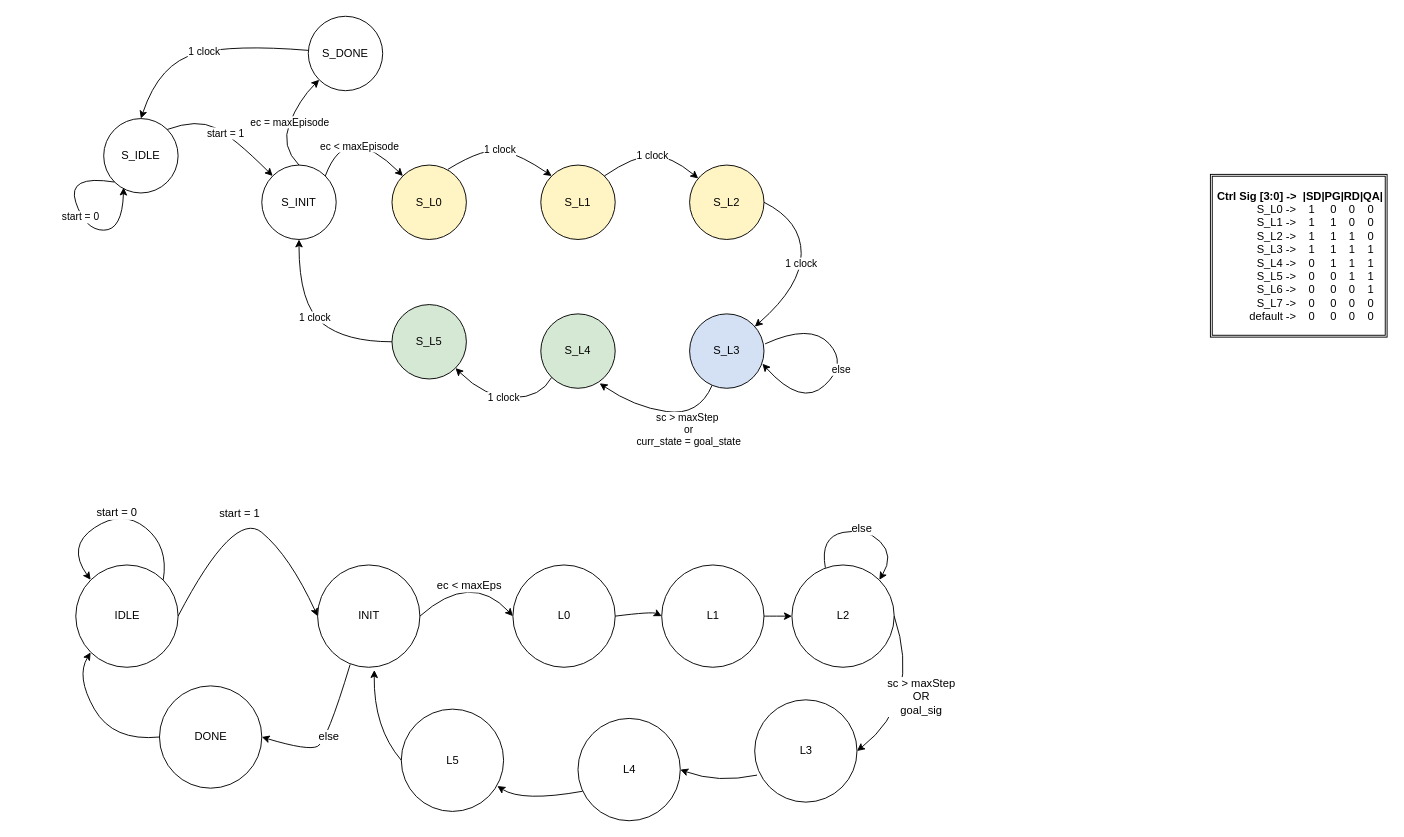
Before: page "FSM_c2" (2 of 7) of intelight.drawio in zulfikarna/intelight, a draw.io diagram. Source tidied: cells renumbered, new cells numbered last; positions are measured from the earlier drawing's top-left corner, leaving out a move shared by most shapes. Both pictures are drawn from the tidied source at 93%, with x=0, y=0 at pixel (66, 16).
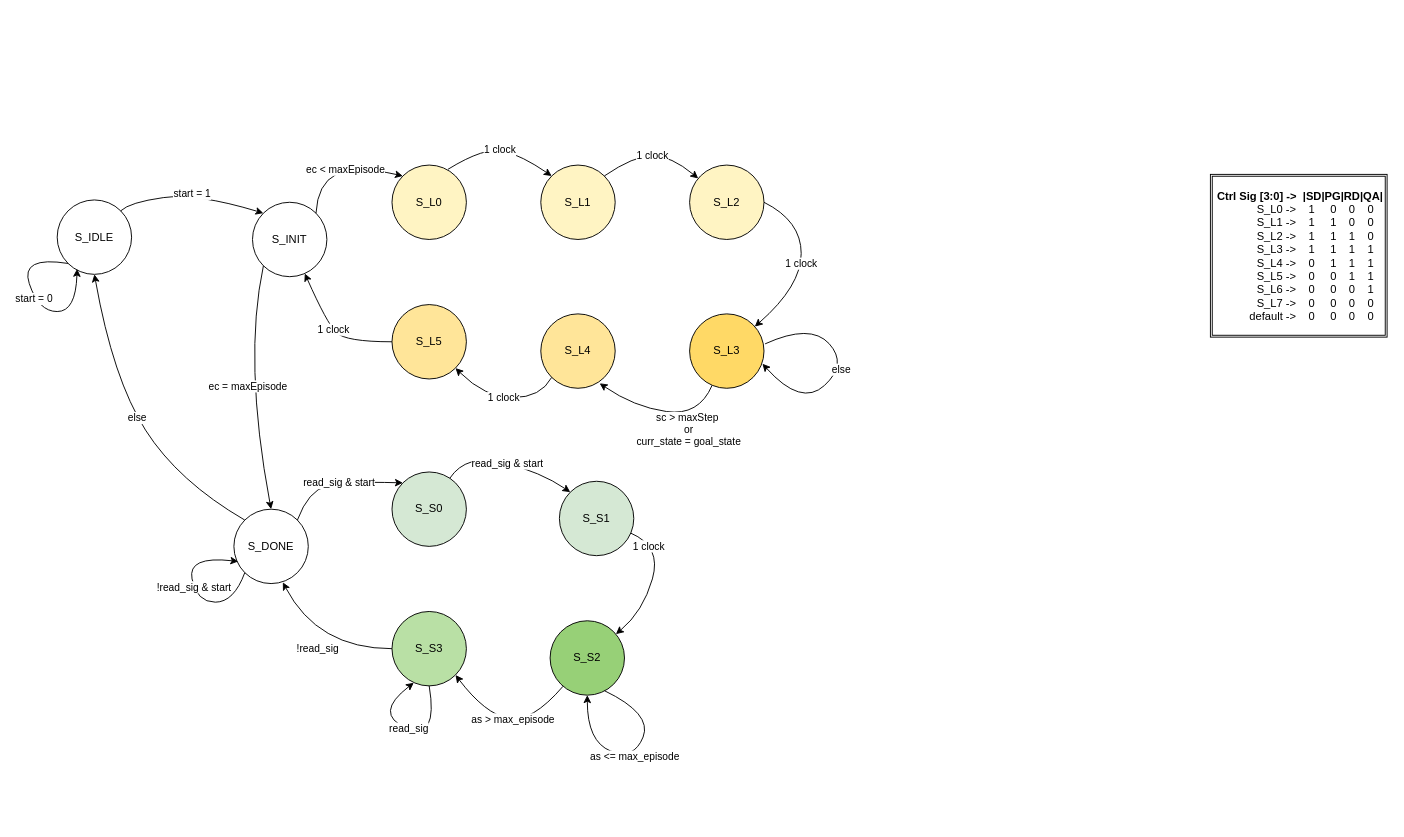
After the change.

Unchanged cells that the change refers to:
```xml
<mxCell id="8" value="S_L0" style="ellipse;whiteSpace=wrap;html=1;fillColor=#FFF4C3;" parent="1" vertex="1">
  <mxGeometry x="350" y="160" width="80" height="80" as="geometry" />
</mxCell>
```

What changed in the source:
```diff
@@
     <mxCell id="2" value="S_IDLE" style="ellipse;whiteSpace=wrap;html=1;" parent="1" vertex="1">
-      <mxGeometry x="40" y="110" width="80" height="80" as="geometry" />
+      <mxGeometry x="-10" y="197.5" width="80" height="80" as="geometry" />
     </mxCell>
-    <mxCell id="3" value="IDLE" style="verticalLabelPosition=middle;verticalAlign=middle;html=1;shape=mxgraph.flowchart.on-page_reference;labelPosition=center;align=center;" parent="1" vertex="1">
-      <mxGeometry x="10" y="590" width="110" height="110" as="geometry" />
-    </mxCell>
     <mxCell id="4" value="S_INIT" style="ellipse;whiteSpace=wrap;html=1;" parent="1" vertex="1">
-      <mxGeometry x="210" y="160" width="80" height="80" as="geometry" />
+      <mxGeometry x="200" y="200" width="80" height="80" as="geometry" />
     </mxCell>
-    <mxCell id="5" value="L2" style="verticalLabelPosition=middle;verticalAlign=middle;html=1;shape=mxgraph.flowchart.on-page_reference;labelPosition=center;align=center;" parent="1" vertex="1">
-      <mxGeometry x="780" y="590" width="110" height="110" as="geometry" />
-    </mxCell>
     <mxCell id="6" value="start = 0" style="curved=1;endArrow=classic;html=1;rounded=0;exitX=0;exitY=1;exitDx=0;exitDy=0;entryX=0.268;entryY=0.927;entryDx=0;entryDy=0;entryPerimeter=0;" parent="1" edge="1" source="2" target="2">
       <mxGeometry relative="1" as="geometry">
         <Array as="points">
-          <mxPoint y="170" />
-          <mxPoint x="20" y="230" />
-          <mxPoint x="60" y="230" />
+          <mxPoint x="-50" y="257.5" />
+          <mxPoint x="-30" y="317.5" />
+          <mxPoint x="10" y="317.5" />
         </Array>
       </mxGeometry>
     </mxCell>
-    <mxCell id="7" value="L1" style="verticalLabelPosition=middle;verticalAlign=middle;html=1;shape=mxgraph.flowchart.on-page_reference;labelPosition=center;align=center;" parent="1" vertex="1">
-      <mxGeometry x="640" y="590" width="110" height="110" as="geometry" />
-    </mxCell>
@@
-    <mxCell id="9" value="L0" style="verticalLabelPosition=middle;verticalAlign=middle;html=1;shape=mxgraph.flowchart.on-page_reference;labelPosition=center;align=center;" parent="1" vertex="1">
-      <mxGeometry x="480" y="590" width="110" height="110" as="geometry" />
-    </mxCell>
@@
-    <mxCell id="11" value="DONE" style="verticalLabelPosition=middle;verticalAlign=middle;html=1;shape=mxgraph.flowchart.on-page_reference;labelPosition=center;align=center;" parent="1" vertex="1">
-      <mxGeometry x="100" y="720" width="110" height="110" as="geometry" />
-    </mxCell>
@@
-    <mxCell id="13" value="INIT" style="verticalLabelPosition=middle;verticalAlign=middle;html=1;shape=mxgraph.flowchart.on-page_reference;labelPosition=center;align=center;" parent="1" vertex="1">
-      <mxGeometry x="270" y="590" width="110" height="110" as="geometry" />
-    </mxCell>
-    <mxCell id="14" value="S_L3" style="ellipse;whiteSpace=wrap;html=1;fillColor=#D4E1F5;" parent="1" vertex="1">
+    <mxCell id="14" value="S_L3" style="ellipse;whiteSpace=wrap;html=1;fillColor=#FFD966;" parent="1" vertex="1">
       <mxGeometry x="670" y="320" width="80" height="80" as="geometry" />
     </mxCell>
-    <mxCell id="15" value="L5" style="verticalLabelPosition=middle;verticalAlign=middle;html=1;shape=mxgraph.flowchart.on-page_reference;labelPosition=center;align=center;" parent="1" vertex="1">
-      <mxGeometry x="360" y="745" width="110" height="110" as="geometry" />
-    </mxCell>
-    <mxCell id="16" value="S_L4" style="ellipse;whiteSpace=wrap;html=1;fillColor=#D5E8D4;" parent="1" vertex="1">
+    <mxCell id="16" value="S_L4" style="ellipse;whiteSpace=wrap;html=1;fillColor=#FFE599;" parent="1" vertex="1">
       <mxGeometry x="510" y="320" width="80" height="80" as="geometry" />
     </mxCell>
-    <mxCell id="17" value="L4" style="verticalLabelPosition=middle;verticalAlign=middle;html=1;shape=mxgraph.flowchart.on-page_reference;labelPosition=center;align=center;" parent="1" vertex="1">
-      <mxGeometry x="550" y="755" width="110" height="110" as="geometry" />
-    </mxCell>
-    <mxCell id="18" value="S_L5" style="ellipse;whiteSpace=wrap;html=1;fillColor=#D5E8D4;" parent="1" vertex="1">
+    <mxCell id="18" value="S_L5" style="ellipse;whiteSpace=wrap;html=1;fillColor=#FFE599;shadow=0;" parent="1" vertex="1">
       <mxGeometry x="350" y="310" width="80" height="80" as="geometry" />
     </mxCell>
-    <mxCell id="19" value="L3" style="verticalLabelPosition=middle;verticalAlign=middle;html=1;shape=mxgraph.flowchart.on-page_reference;labelPosition=center;align=center;" parent="1" vertex="1">
-      <mxGeometry x="740" y="735" width="110" height="110" as="geometry" />
-    </mxCell>
-    <mxCell id="20" value="else" style="curved=1;endArrow=classic;html=1;rounded=0;entryX=1;entryY=0.5;entryDx=0;entryDy=0;entryPerimeter=0;exitX=0.318;exitY=0.973;exitDx=0;exitDy=0;exitPerimeter=0;fontSize=12;" parent="1" edge="1" source="13" target="11">
-      <mxGeometry relative="1" as="geometry">
-        <Array as="points">
-          <mxPoint x="280" y="780" />
-          <mxPoint x="260" y="790" />
-        </Array>
-      </mxGeometry>
-    </mxCell>
-    <mxCell id="21" style="curved=1;endArrow=classic;html=1;rounded=0;entryX=0.145;entryY=0.855;entryDx=0;entryDy=0;entryPerimeter=0;exitX=0;exitY=0.5;exitDx=0;exitDy=0;exitPerimeter=0;fontSize=12;" parent="1" edge="1" source="11" target="3">
-      <mxGeometry relative="1" as="geometry">
-        <Array as="points">
-          <mxPoint x="50" y="780" />
-          <mxPoint x="10" y="710" />
-        </Array>
-      </mxGeometry>
-    </mxCell>
     <mxCell id="22" value="ec &amp;lt; maxEpisode" style="curved=1;endArrow=classic;html=1;rounded=0;exitX=1;exitY=0;exitDx=0;exitDy=0;entryX=0;entryY=0;entryDx=0;entryDy=0;" parent="1" edge="1" source="4" target="8">
       <mxGeometry relative="1" as="geometry">
         <Array as="points">
-          <mxPoint x="290" y="140" />
-          <mxPoint x="330" y="140" />
+          <mxPoint x="270" y="180" />
+          <mxPoint x="310" y="160" />
         </Array>
       </mxGeometry>
     </mxCell>
-    <mxCell id="23" style="curved=1;endArrow=classic;html=1;rounded=0;exitX=1;exitY=0.5;exitDx=0;exitDy=0;exitPerimeter=0;fontSize=12;entryX=0;entryY=0.5;entryDx=0;entryDy=0;entryPerimeter=0;" parent="1" edge="1" source="3" target="13">
-      <mxGeometry relative="1" as="geometry">
-        <Array as="points">
-          <mxPoint x="180" y="530" />
-          <mxPoint x="240" y="580" />
-        </Array>
-      </mxGeometry>
-    </mxCell>
-    <mxCell id="24" value="start = 1" style="edgeLabel;html=1;align=center;verticalAlign=middle;fontSize=12;" parent="23" vertex="1">
-      <mxGeometry x="-0.08" y="-9" relative="1" as="geometry">
-        <mxPoint x="-2" as="offset" />
-      </mxGeometry>
-    </mxCell>
     <mxCell id="25" value="start = 1" style="curved=1;endArrow=classic;html=1;rounded=0;exitX=1;exitY=0;exitDx=0;exitDy=0;entryX=0;entryY=0;entryDx=0;entryDy=0;" parent="1" edge="1" source="2" target="4">
       <mxGeometry relative="1" as="geometry">
         <Array as="points">
-          <mxPoint x="140" y="110" />
-          <mxPoint x="180" y="130" />
+          <mxPoint x="68" y="200" />
+          <mxPoint x="140" y="190" />
         </Array>
       </mxGeometry>
     </mxCell>
-    <mxCell id="26" value="start = 0" style="curved=1;endArrow=classic;html=1;rounded=0;entryX=0.145;entryY=0.145;entryDx=0;entryDy=0;entryPerimeter=0;exitX=0.855;exitY=0.145;exitDx=0;exitDy=0;exitPerimeter=0;fontSize=12;" parent="1" edge="1" source="3" target="3">
-      <mxGeometry relative="1" as="geometry">
-        <Array as="points">
-          <mxPoint x="110" y="570" />
-          <mxPoint x="60" y="530" />
-          <mxPoint y="570" />
-        </Array>
-      </mxGeometry>
-    </mxCell>
@@
-    <mxCell id="28" value="ec &amp;lt; maxEps" style="curved=1;endArrow=classic;html=1;rounded=0;entryX=0;entryY=0.5;entryDx=0;entryDy=0;entryPerimeter=0;exitX=1;exitY=0.5;exitDx=0;exitDy=0;exitPerimeter=0;fontSize=12;" parent="1" edge="1" source="13" target="9">
-      <mxGeometry x="-0.13" y="-10" relative="1" as="geometry">
-        <Array as="points">
-          <mxPoint x="435" y="596" />
-        </Array>
-        <mxPoint x="1" as="offset" />
-      </mxGeometry>
-    </mxCell>
@@
-    <mxCell id="30" style="curved=1;endArrow=classic;html=1;rounded=0;entryX=0;entryY=0.5;entryDx=0;entryDy=0;entryPerimeter=0;exitX=1;exitY=0.5;exitDx=0;exitDy=0;exitPerimeter=0;fontSize=12;" parent="1" edge="1" source="9" target="7">
-      <mxGeometry relative="1" as="geometry">
-        <Array as="points">
-          <mxPoint x="630" y="640" />
-        </Array>
-      </mxGeometry>
-    </mxCell>
@@
-    <mxCell id="32" style="curved=1;endArrow=classic;html=1;rounded=0;entryX=0;entryY=0.5;entryDx=0;entryDy=0;entryPerimeter=0;exitX=1;exitY=0.5;exitDx=0;exitDy=0;exitPerimeter=0;fontSize=12;" parent="1" edge="1" source="7" target="5">
-      <mxGeometry relative="1" as="geometry" />
-    </mxCell>
@@
-    <mxCell id="34" value="sc &amp;gt; maxStep&lt;br&gt;OR&lt;br&gt;goal_sig" style="curved=1;endArrow=classic;html=1;rounded=0;entryX=1;entryY=0.5;entryDx=0;entryDy=0;entryPerimeter=0;exitX=1;exitY=0.5;exitDx=0;exitDy=0;exitPerimeter=0;fontSize=12;" parent="1" edge="1" source="5" target="19">
-      <mxGeometry relative="1" as="geometry">
-        <Array as="points">
-          <mxPoint x="920" y="735" />
-        </Array>
-      </mxGeometry>
-    </mxCell>
@@
-    <mxCell id="36" value="else" style="curved=1;endArrow=classic;html=1;rounded=0;entryX=0.855;entryY=0.145;entryDx=0;entryDy=0;entryPerimeter=0;exitX=0.327;exitY=0.027;exitDx=0;exitDy=0;exitPerimeter=0;fontSize=12;" parent="1" edge="1" source="5" target="5">
-      <mxGeometry relative="1" as="geometry">
-        <Array as="points">
-          <mxPoint x="810" y="560" />
-          <mxPoint x="860" y="550" />
-          <mxPoint x="890" y="580" />
-        </Array>
-      </mxGeometry>
-    </mxCell>
-    <mxCell id="37" value="1 clock" style="curved=1;endArrow=classic;html=1;rounded=0;exitX=0;exitY=0.5;exitDx=0;exitDy=0;entryX=0.5;entryY=1;entryDx=0;entryDy=0;" parent="1" edge="1" source="18" target="4">
+    <mxCell id="37" value="1 clock" style="curved=1;endArrow=classic;html=1;rounded=0;exitX=0;exitY=0.5;exitDx=0;exitDy=0;" parent="1" edge="1" source="18" target="4">
       <mxGeometry relative="1" as="geometry">
         <Array as="points">
           <mxPoint x="300" y="350" />
-          <mxPoint x="250" y="310" />
+          <mxPoint x="280" y="330" />
         </Array>
       </mxGeometry>
     </mxCell>
-    <mxCell id="38" style="curved=1;endArrow=classic;html=1;rounded=0;entryX=1;entryY=0.5;entryDx=0;entryDy=0;entryPerimeter=0;exitX=0.023;exitY=0.736;exitDx=0;exitDy=0;exitPerimeter=0;fontSize=12;" parent="1" edge="1" source="19" target="17">
-      <mxGeometry relative="1" as="geometry">
-        <Array as="points">
-          <mxPoint x="700" y="825" />
-        </Array>
-      </mxGeometry>
-    </mxCell>
-    <mxCell id="39" style="curved=1;endArrow=classic;html=1;rounded=0;entryX=0.939;entryY=0.752;entryDx=0;entryDy=0;entryPerimeter=0;exitX=0.045;exitY=0.712;exitDx=0;exitDy=0;exitPerimeter=0;fontSize=12;" parent="1" edge="1" source="17" target="15">
-      <mxGeometry relative="1" as="geometry">
-        <Array as="points">
-          <mxPoint x="490" y="845" />
-        </Array>
-      </mxGeometry>
-    </mxCell>
-    <mxCell id="40" style="curved=1;endArrow=classic;html=1;rounded=0;entryX=0.645;entryY=0.982;entryDx=0;entryDy=0;entryPerimeter=0;exitX=0;exitY=0.5;exitDx=0;exitDy=0;exitPerimeter=0;fontSize=12;" parent="1" edge="1" source="15">
-      <mxGeometry relative="1" as="geometry">
-        <mxPoint x="331" y="703" as="targetPoint" />
-        <Array as="points">
-          <mxPoint x="330" y="765" />
-        </Array>
-      </mxGeometry>
-    </mxCell>
-    <mxCell id="41" value="ec = maxEpisode" style="curved=1;endArrow=classic;html=1;rounded=0;exitX=0.5;exitY=0;exitDx=0;exitDy=0;" parent="1" edge="1" source="4" target="42">
+    <mxCell id="41" value="ec = maxEpisode" style="curved=1;endArrow=classic;html=1;rounded=0;exitX=0;exitY=1;exitDx=0;exitDy=0;entryX=0.5;entryY=0;entryDx=0;entryDy=0;" parent="1" edge="1" source="4" target="42">
       <mxGeometry relative="1" as="geometry">
         <Array as="points">
-          <mxPoint x="230" y="140" />
-          <mxPoint x="250" y="90" />
+          <mxPoint x="190" y="370" />
         </Array>
       </mxGeometry>
     </mxCell>
     <mxCell id="42" value="S_DONE" style="ellipse;whiteSpace=wrap;html=1;" parent="1" vertex="1">
-      <mxGeometry x="260" width="80" height="80" as="geometry" />
+      <mxGeometry x="180" y="530" width="80" height="80" as="geometry" />
     </mxCell>
@@
-    <mxCell id="44" value="1 clock" style="curved=1;endArrow=classic;html=1;rounded=0;entryX=0.5;entryY=0;entryDx=0;entryDy=0;" parent="1" edge="1" source="42" target="2">
+    <mxCell id="44" value="else" style="curved=1;endArrow=classic;html=1;rounded=0;entryX=0.5;entryY=1;entryDx=0;entryDy=0;exitX=0;exitY=0;exitDx=0;exitDy=0;" parent="1" edge="1" source="42" target="2">
       <mxGeometry relative="1" as="geometry">
         <Array as="points">
-          <mxPoint x="180" y="30" />
-          <mxPoint x="100" y="50" />
+          <mxPoint x="120" y="500" />
+          <mxPoint x="50" y="390" />
         </Array>
       </mxGeometry>
     </mxCell>
@@
+    <mxCell id="46" value="S_S0" style="ellipse;whiteSpace=wrap;html=1;fillColor=#D5E8D4;" parent="1" vertex="1">
+      <mxGeometry x="350" y="490" width="80" height="80" as="geometry" />
+    </mxCell>
+    <mxCell id="47" value="S_S1" style="ellipse;whiteSpace=wrap;html=1;fillColor=#D5E8D4;" parent="1" vertex="1">
+      <mxGeometry x="530" y="500" width="80" height="80" as="geometry" />
+    </mxCell>
+    <mxCell id="48" value="S_S2" style="ellipse;whiteSpace=wrap;html=1;fillColor=#97D077;" parent="1" vertex="1">
+      <mxGeometry x="520" y="650" width="80" height="80" as="geometry" />
+    </mxCell>
+    <mxCell id="49" value="S_S3" style="ellipse;whiteSpace=wrap;html=1;fillColor=#B9E0A5;" parent="1" vertex="1">
+      <mxGeometry x="350" y="640" width="80" height="80" as="geometry" />
+    </mxCell>
+    <mxCell id="50" value="read_sig &amp;amp; start" style="curved=1;endArrow=classic;html=1;rounded=0;exitX=1;exitY=0;exitDx=0;exitDy=0;entryX=0;entryY=0;entryDx=0;entryDy=0;" parent="1" edge="1" source="42" target="46">
+      <mxGeometry relative="1" as="geometry">
+        <Array as="points">
+          <mxPoint x="260" y="510" />
+          <mxPoint x="300" y="500" />
+        </Array>
+      </mxGeometry>
+    </mxCell>
+    <mxCell id="51" value="!read_sig &amp;amp; start" style="curved=1;endArrow=classic;html=1;rounded=0;exitX=0;exitY=1;exitDx=0;exitDy=0;entryX=0.059;entryY=0.703;entryDx=0;entryDy=0;entryPerimeter=0;" parent="1" edge="1" source="42" target="42">
+      <mxGeometry relative="1" as="geometry">
+        <Array as="points">
+          <mxPoint x="180" y="630" />
+          <mxPoint x="140" y="630" />
+          <mxPoint x="130" y="580" />
+        </Array>
+      </mxGeometry>
+    </mxCell>
+    <mxCell id="52" value="read_sig &amp;amp; start" style="curved=1;endArrow=classic;html=1;rounded=0;entryX=0;entryY=0;entryDx=0;entryDy=0;" parent="1" edge="1" source="46" target="47">
+      <mxGeometry relative="1" as="geometry">
+        <Array as="points">
+          <mxPoint x="430" y="470" />
+          <mxPoint x="510" y="490" />
+        </Array>
+      </mxGeometry>
+    </mxCell>
+    <mxCell id="53" value="&lt;font face=&quot;helvetica&quot;&gt;1 clock&lt;/font&gt;" style="curved=1;endArrow=classic;html=1;rounded=0;" parent="1" edge="1" source="47" target="48">
+      <mxGeometry x="-0.45" y="-13" relative="1" as="geometry">
+        <Array as="points">
+          <mxPoint x="640" y="570" />
+          <mxPoint x="620" y="640" />
+        </Array>
+      </mxGeometry>
+    </mxCell>
+    <mxCell id="54" value="as &amp;lt;= max_episode" style="curved=1;endArrow=classic;html=1;rounded=0;entryX=0.5;entryY=1;entryDx=0;entryDy=0;exitX=0.731;exitY=0.94;exitDx=0;exitDy=0;exitPerimeter=0;" parent="1" edge="1" source="48" target="48">
+      <mxGeometry relative="1" as="geometry">
+        <Array as="points">
+          <mxPoint x="630" y="750" />
+          <mxPoint x="610" y="800" />
+          <mxPoint x="560" y="780" />
+        </Array>
+      </mxGeometry>
+    </mxCell>
+    <mxCell id="55" value="&lt;font face=&quot;helvetica&quot;&gt;as &amp;gt; max_episode&lt;/font&gt;" style="curved=1;endArrow=classic;html=1;rounded=0;entryX=1;entryY=1;entryDx=0;entryDy=0;" parent="1" edge="1" source="48" target="49">
+      <mxGeometry x="-0.06" relative="1" as="geometry">
+        <Array as="points">
+          <mxPoint x="500" y="760" />
+          <mxPoint x="450" y="750" />
+        </Array>
+      </mxGeometry>
+    </mxCell>
+    <mxCell id="56" value="!read_sig" style="curved=1;endArrow=classic;html=1;rounded=0;exitX=0;exitY=0.5;exitDx=0;exitDy=0;entryX=0.658;entryY=0.983;entryDx=0;entryDy=0;entryPerimeter=0;" parent="1" edge="1" source="49" target="42">
+      <mxGeometry relative="1" as="geometry">
+        <Array as="points">
+          <mxPoint x="270" y="680" />
+        </Array>
+      </mxGeometry>
+    </mxCell>
+    <mxCell id="57" value="read_sig" style="curved=1;endArrow=classic;html=1;rounded=0;exitX=0.5;exitY=1;exitDx=0;exitDy=0;entryX=0.293;entryY=0.958;entryDx=0;entryDy=0;entryPerimeter=0;" parent="1" edge="1" source="49" target="49">
+      <mxGeometry relative="1" as="geometry">
+        <Array as="points">
+          <mxPoint x="400" y="780" />
+          <mxPoint x="330" y="750" />
+        </Array>
+      </mxGeometry>
+    </mxCell>
```
